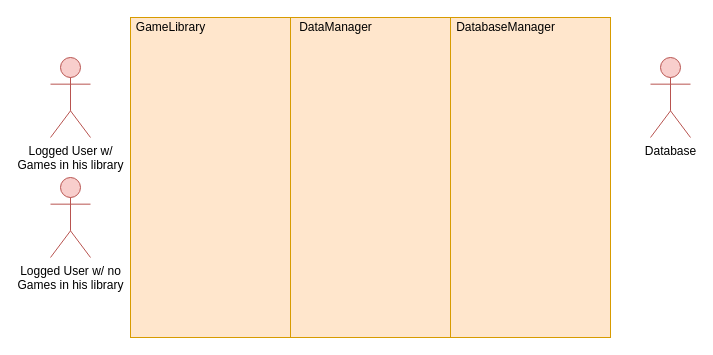
LouisRichard/GameLibrary keeps this draw.io diagram as page "ViewLibrary" (3 of 4) of Documentation/Diagrams/SP3_UMLDiagrams.drawio. Above is the earlier version. Source tidied: cells renumbered, new cells numbered last; positions are measured from the earlier drawing's top-left corner, leaving out a move shared by most shapes. Both pictures are drawn from the tidied source at 100%, with x=0, y=0 at pixel (50, 17).
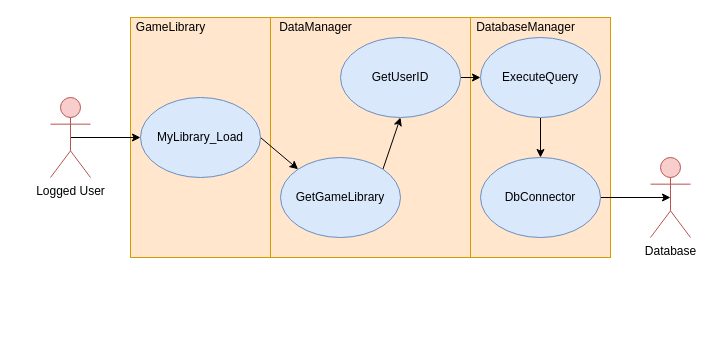
After the change.

Change to the diagram source:
```diff
@@
-    <mxCell id="2" style="rounded=0;whiteSpace=wrap;html=1;fillColor=#ffe6cc;strokeColor=#d79b00;" parent="1" vertex="1">
-      <mxGeometry x="80" width="160" height="320" as="geometry" />
-    </mxCell>
-    <mxCell id="3" style="rounded=0;whiteSpace=wrap;html=1;fillColor=#ffe6cc;strokeColor=#d79b00;" parent="1" vertex="1">
-      <mxGeometry x="240" width="160" height="320" as="geometry" />
-    </mxCell>
-    <mxCell id="4" style="rounded=0;whiteSpace=wrap;html=1;fillColor=#ffe6cc;strokeColor=#d79b00;" parent="1" vertex="1">
-      <mxGeometry x="400" width="160" height="320" as="geometry" />
-    </mxCell>
-    <mxCell id="5" value="Logged User w/&lt;br&gt;Games in his library" style="shape=umlActor;verticalLabelPosition=bottom;labelBackgroundColor=#ffffff;verticalAlign=top;html=1;fillColor=#f8cecc;strokeColor=#b85450;" parent="1" vertex="1">
-      <mxGeometry y="40" width="40" height="80" as="geometry" />
-    </mxCell>
+    <mxCell id="11" style="rounded=0;whiteSpace=wrap;html=1;fillColor=#ffe6cc;strokeColor=#d79b00;" parent="1" vertex="1">
+      <mxGeometry x="220" width="200" height="240" as="geometry" />
+    </mxCell>
+    <mxCell id="12" style="group;" parent="1" vertex="1">
+      <mxGeometry x="80" width="140" height="240" as="geometry" />
+    </mxCell>
+    <mxCell id="13" style="rounded=0;whiteSpace=wrap;html=1;fillColor=#ffe6cc;strokeColor=#d79b00;" parent="12" vertex="1">
+      <mxGeometry width="140" height="240" as="geometry" />
+    </mxCell>
-    <mxCell id="6" value="GameLibrary" style="text;html=1;align=center;verticalAlign=middle;" parent="1" vertex="1">
-      <mxGeometry x="80" width="80" height="20" as="geometry" />
+    <mxCell id="6" value="GameLibrary" style="text;html=1;align=center;verticalAlign=middle;" parent="12" vertex="1">
+      <mxGeometry width="80" height="20" as="geometry" />
     </mxCell>
-    <mxCell id="7" value="DataManager" style="text;html=1;align=center;verticalAlign=middle;" parent="1" vertex="1">
-      <mxGeometry x="240" width="90" height="20" as="geometry" />
-    </mxCell>
+    <mxCell id="14" style="edgeStyle=none;jettySize=auto;html=1;exitX=0.5;exitY=0.5;exitDx=0;exitDy=0;exitPerimeter=0;entryX=0;entryY=0.5;entryDx=0;entryDy=0;endArrow=classic;endFill=1;" parent="1" edge="1" source="15" target="19">
+      <mxGeometry relative="1" as="geometry" />
+    </mxCell>
+    <mxCell id="15" value="Logged User" style="shape=umlActor;verticalLabelPosition=bottom;labelBackgroundColor=#ffffff;verticalAlign=top;html=1;outlineConnect=0;fillColor=#f8cecc;strokeColor=#b85450;" parent="1" vertex="1">
+      <mxGeometry y="80" width="40" height="80" as="geometry" />
+    </mxCell>
+    <mxCell id="16" style="group;" parent="1" vertex="1">
+      <mxGeometry x="420" width="140" height="240" as="geometry" />
+    </mxCell>
+    <mxCell id="17" style="rounded=0;whiteSpace=wrap;html=1;fillColor=#ffe6cc;strokeColor=#d79b00;" parent="16" vertex="1">
+      <mxGeometry width="140" height="240" as="geometry" />
+    </mxCell>
-    <mxCell id="8" value="DatabaseManager" style="text;html=1;align=center;verticalAlign=middle;" parent="1" vertex="1">
-      <mxGeometry x="400" width="110" height="20" as="geometry" />
+    <mxCell id="8" value="DatabaseManager" style="text;html=1;align=center;verticalAlign=middle;" parent="16" vertex="1">
+      <mxGeometry width="110" height="20" as="geometry" />
     </mxCell>
     <mxCell id="9" value="Database" style="shape=umlActor;verticalLabelPosition=bottom;labelBackgroundColor=#ffffff;verticalAlign=top;html=1;outlineConnect=0;fillColor=#f8cecc;strokeColor=#b85450;" parent="1" vertex="1">
-      <mxGeometry x="600" y="40" width="40" height="80" as="geometry" />
+      <mxGeometry x="600" y="140" width="40" height="80" as="geometry" />
     </mxCell>
-    <mxCell id="10" value="Logged User w/ no&lt;br&gt;Games in his library" style="shape=umlActor;verticalLabelPosition=bottom;labelBackgroundColor=#ffffff;verticalAlign=top;html=1;fillColor=#f8cecc;strokeColor=#b85450;" parent="1" vertex="1">
-      <mxGeometry y="160" width="40" height="80" as="geometry" />
-    </mxCell>
+    <mxCell id="18" style="edgeStyle=none;jettySize=auto;html=1;exitX=1;exitY=0.5;exitDx=0;exitDy=0;entryX=0;entryY=0;entryDx=0;entryDy=0;endArrow=classic;endFill=1;" parent="1" edge="1" source="19" target="21">
+      <mxGeometry relative="1" as="geometry" />
+    </mxCell>
+    <mxCell id="19" value="MyLibrary_Load" style="ellipse;whiteSpace=wrap;html=1;fillColor=#dae8fc;strokeColor=#6c8ebf;" parent="1" vertex="1">
+      <mxGeometry x="90" y="80" width="120" height="80" as="geometry" />
+    </mxCell>
+    <mxCell id="20" style="edgeStyle=none;jettySize=auto;html=1;exitX=1;exitY=0;exitDx=0;exitDy=0;entryX=0.5;entryY=1;entryDx=0;entryDy=0;endArrow=classic;endFill=1;" parent="1" edge="1" source="21" target="23">
+      <mxGeometry relative="1" as="geometry" />
+    </mxCell>
+    <mxCell id="21" value="GetGameLibrary" style="ellipse;whiteSpace=wrap;html=1;fillColor=#dae8fc;strokeColor=#6c8ebf;" parent="1" vertex="1">
+      <mxGeometry x="230" y="140" width="120" height="80" as="geometry" />
+    </mxCell>
+    <mxCell id="22" style="edgeStyle=none;jettySize=auto;html=1;exitX=1;exitY=0.5;exitDx=0;exitDy=0;entryX=0;entryY=0.5;entryDx=0;entryDy=0;endArrow=classic;endFill=1;" parent="1" edge="1" source="23" target="25">
+      <mxGeometry relative="1" as="geometry" />
+    </mxCell>
+    <mxCell id="23" value="GetUserID" style="ellipse;whiteSpace=wrap;html=1;fillColor=#dae8fc;strokeColor=#6c8ebf;" parent="1" vertex="1">
+      <mxGeometry x="290" y="20" width="120" height="80" as="geometry" />
+    </mxCell>
+    <mxCell id="24" style="edgeStyle=none;jettySize=auto;html=1;exitX=0.5;exitY=1;exitDx=0;exitDy=0;entryX=0.5;entryY=0;entryDx=0;entryDy=0;endArrow=classic;endFill=1;" parent="1" edge="1" source="25" target="27">
+      <mxGeometry relative="1" as="geometry" />
+    </mxCell>
+    <mxCell id="25" value="ExecuteQuery" style="ellipse;whiteSpace=wrap;html=1;fillColor=#dae8fc;strokeColor=#6c8ebf;" parent="1" vertex="1">
+      <mxGeometry x="430" y="20" width="120" height="80" as="geometry" />
+    </mxCell>
+    <mxCell id="26" style="edgeStyle=none;jettySize=auto;html=1;exitX=1;exitY=0.5;exitDx=0;exitDy=0;entryX=0.5;entryY=0.5;entryDx=0;entryDy=0;entryPerimeter=0;endArrow=classic;endFill=1;" parent="1" edge="1" source="27" target="9">
+      <mxGeometry relative="1" as="geometry" />
+    </mxCell>
+    <mxCell id="27" value="DbConnector" style="ellipse;whiteSpace=wrap;html=1;fillColor=#dae8fc;strokeColor=#6c8ebf;" parent="1" vertex="1">
+      <mxGeometry x="430" y="140" width="120" height="80" as="geometry" />
+    </mxCell>
+    <mxCell id="7" value="DataManager" style="text;html=1;align=center;verticalAlign=middle;" parent="1" vertex="1">
+      <mxGeometry x="220" width="90" height="20" as="geometry" />
+    </mxCell>
```
